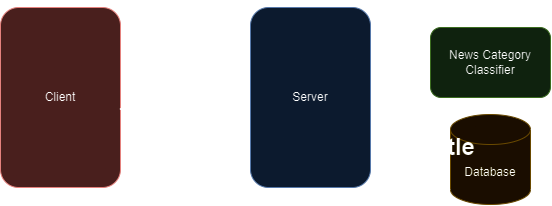
Before: images/arch.png, a diagram exported from draw.io (balaji-sivasakthi/InfoSense). Source tidied: cells renumbered, new cells last; positions are measured from the earlier drawing's top-left corner, leaving out a move shared by most shapes.
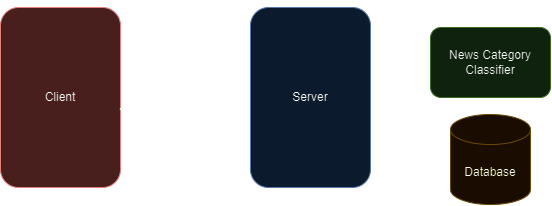
Later version of the same file.

Commit message:
fix: arch diagram for darkmode

Change to the diagram source:
```diff
@@ -42,8 +42,5 @@
     <mxCell id="9" value="Database" style="shape=cylinder3;whiteSpace=wrap;html=1;boundedLbl=1;backgroundOutline=1;size=15;fillColor=#fff2cc;strokeColor=#d6b656;" parent="1" vertex="1">
       <mxGeometry x="450" y="107" width="80" height="90" as="geometry" />
     </mxCell>
-    <mxCell id="10" value="Title" style="text;strokeColor=none;fillColor=none;html=1;fontSize=24;fontStyle=1;verticalAlign=middle;align=center;" parent="1" vertex="1">
-      <mxGeometry x="400" y="120" width="100" height="40" as="geometry" />
-    </mxCell>
   </root>
 </mxGraphModel>
```
